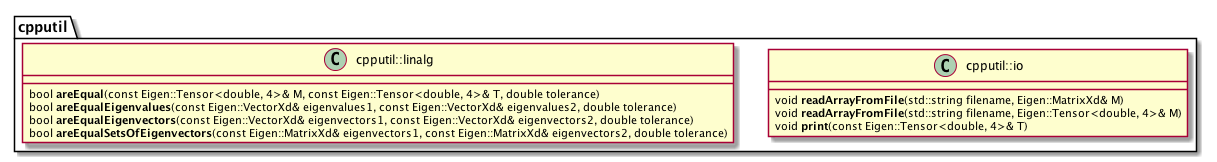
matt-chan/cpputil keeps this PlantUML diagram as docs/cpputil_UML_diagram.png. Above is the earlier version.
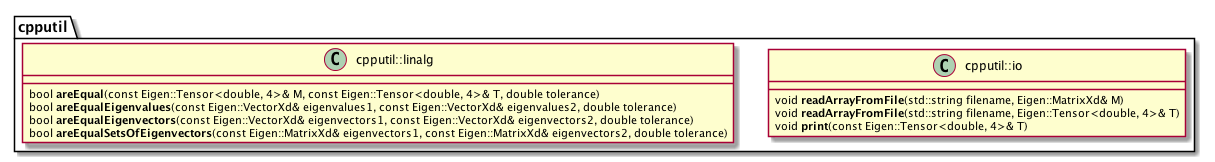
Later version of the same file.

Commit message:
Update version number and UML diagram.

What changed in the source:
```diff
@@ -5,7 +5,7 @@
 
     class cpputil::io {
         void **readArrayFromFile**(std::string filename, Eigen::MatrixXd& M)
-        void **readArrayFromFile**(std::string filename, Eigen::Tensor<double, 4>& M)
+        void **readArrayFromFile**(std::string filename, Eigen::Tensor<double, 4>& T)
         void **print**(const Eigen::Tensor<double, 4>& T)
     }
 
```
